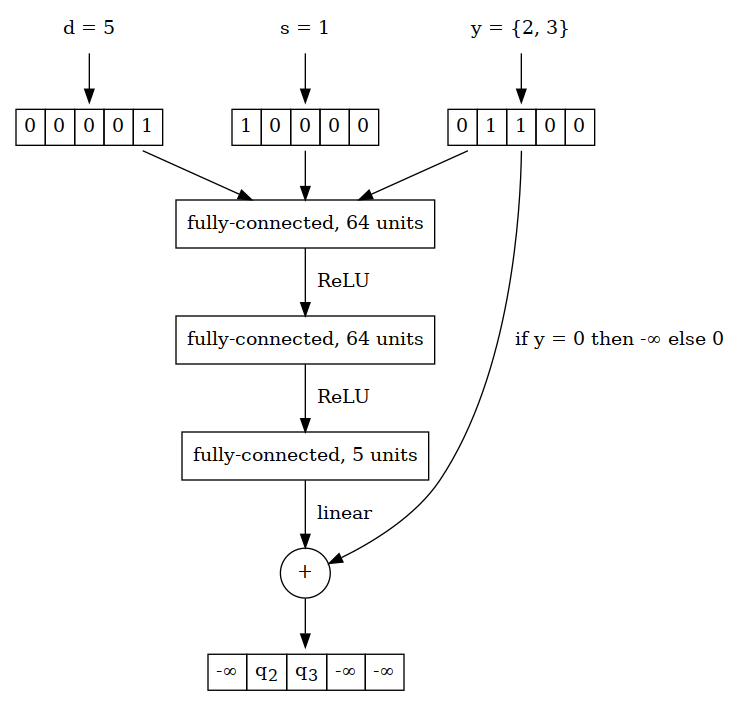
The Graphviz diagram img/nn-1.png in flyingleafe/itmo-ctd-thesis, before a commit. Its source is kept beside it as img/nn-1.dot. The source it was exported from:
```dot
digraph basic_nn {
  node [shape="plaintext"]
  d_label [label="d = 5"]
  s_label [label="s = 1"]
  y_label [label="y = {2, 3}"]

  node [shape=none];
  d_input [label=<<table border="0" cellspacing="0" cellborder="1" cellpadding="5">
                     <tr border="0">
                        <td>0</td>
                        <td>0</td>
                        <td>0</td>
                        <td>0</td>
                        <td>1</td>
                      </tr>
                   </table>>,
                   ];
  s_input [label=<<table border="0" cellspacing="0"  cellpadding="5">
                      <tr border="0">
                        <td border="1">1</td>
                        <td border="1">0</td>
                        <td border="1">0</td>
                        <td border="1">0</td>
                        <td border="1">0</td>
                      </tr>
                  </table>>];
  y_input [label=<<table border="0" cellspacing="0" cellpadding="5">
                      <tr border="0">
                        <td border="1">0</td>
                        <td border="1">1</td>
                        <td border="1">1</td>
                        <td border="1">0</td>
                        <td border="1">0</td>
                      </tr>
                      </table>>];

  subgraph {
    {rank=same; d_input, s_input, y_input}
  }

  node [shape="box"]
  layer_1 [label="fully-connected, 64 units"];
  layer_2 [label="fully-connected, 64 units"];
  layer_3 [label="fully-connected, 5 units"];

  sum [shape="circle", label="+"]

  output [shape=none, label=<<table border="0" cellspacing="0" cellpadding="5">
                      <tr border="0">
                        <td border="1">-∞</td>
                        <td border="1">q<SUB>2</SUB></td>
                        <td border="1">q<SUB>3</SUB></td>
                        <td border="1">-∞</td>
                        <td border="1">-∞</td>
                      </tr>
                  </table>>];

  d_label -> d_input
  s_label -> s_input
  y_label -> y_input

  d_input -> layer_1
  s_input -> layer_1
  y_input -> layer_1

  y_input -> sum [label="  if y = 0 then -∞ else 0", constraint=false]

  layer_1 -> layer_2 [label="  ReLU"]
  layer_2 -> layer_3 [label="  ReLU"]
  layer_3 -> sum [label="  linear"]

  sum -> output

  edge [style="invis"]
  d_input -> s_input -> y_input
}
```
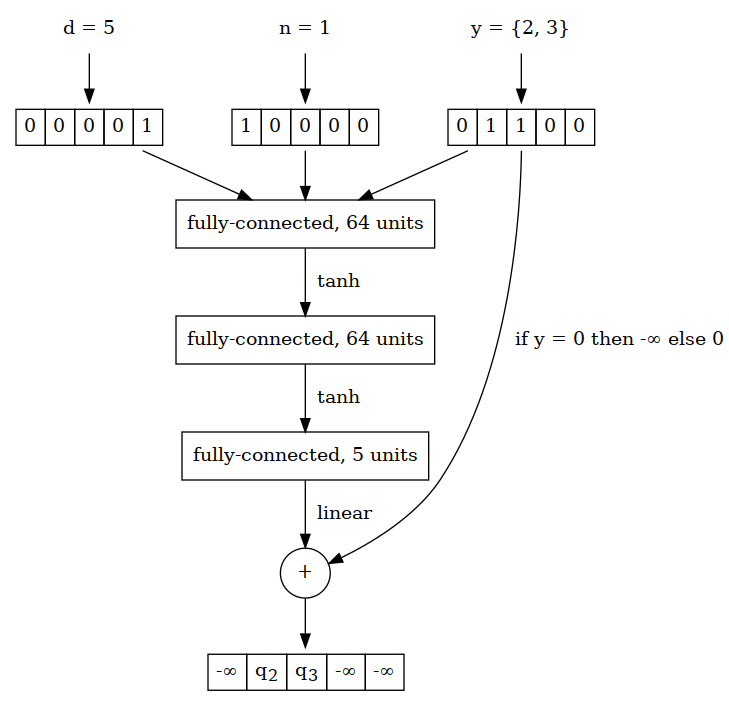
The same file after the commit.

What changed in the source:
```diff
@@ -1,7 +1,7 @@
 digraph basic_nn {
   node [shape="plaintext"]
   d_label [label="d = 5"]
-  s_label [label="s = 1"]
+  s_label [label="n = 1"]
   y_label [label="y = {2, 3}"]
 
   node [shape=none];
@@ -65,8 +65,8 @@
 
   y_input -> sum [label="  if y = 0 then -∞ else 0", constraint=false]
 
-  layer_1 -> layer_2 [label="  ReLU"]
-  layer_2 -> layer_3 [label="  ReLU"]
+  layer_1 -> layer_2 [label="  tanh"]
+  layer_2 -> layer_3 [label="  tanh"]
   layer_3 -> sum [label="  linear"]
 
   sum -> output
```
